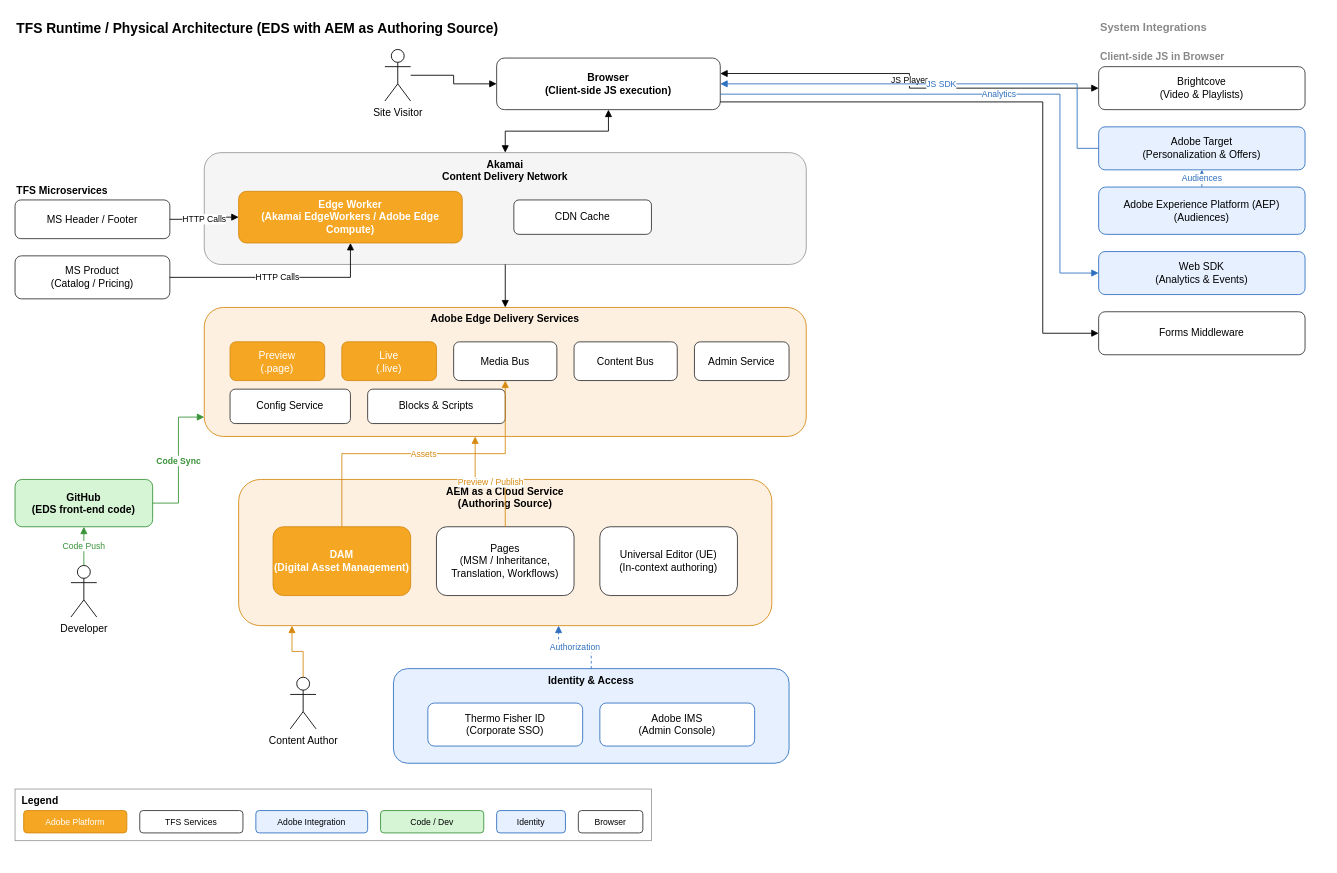
Earlier version of the draw.io diagram docs/TFS_xwalk_Runtime_Architecture.drawio (dbaijal/expagentpoc). Source tidied: cells renumbered, new cells numbered last; positions are measured from the earlier drawing's top-left corner, leaving out a move shared by most shapes. Both pictures are drawn from the tidied source at 86%, with x=0, y=0 at pixel (15, 15).
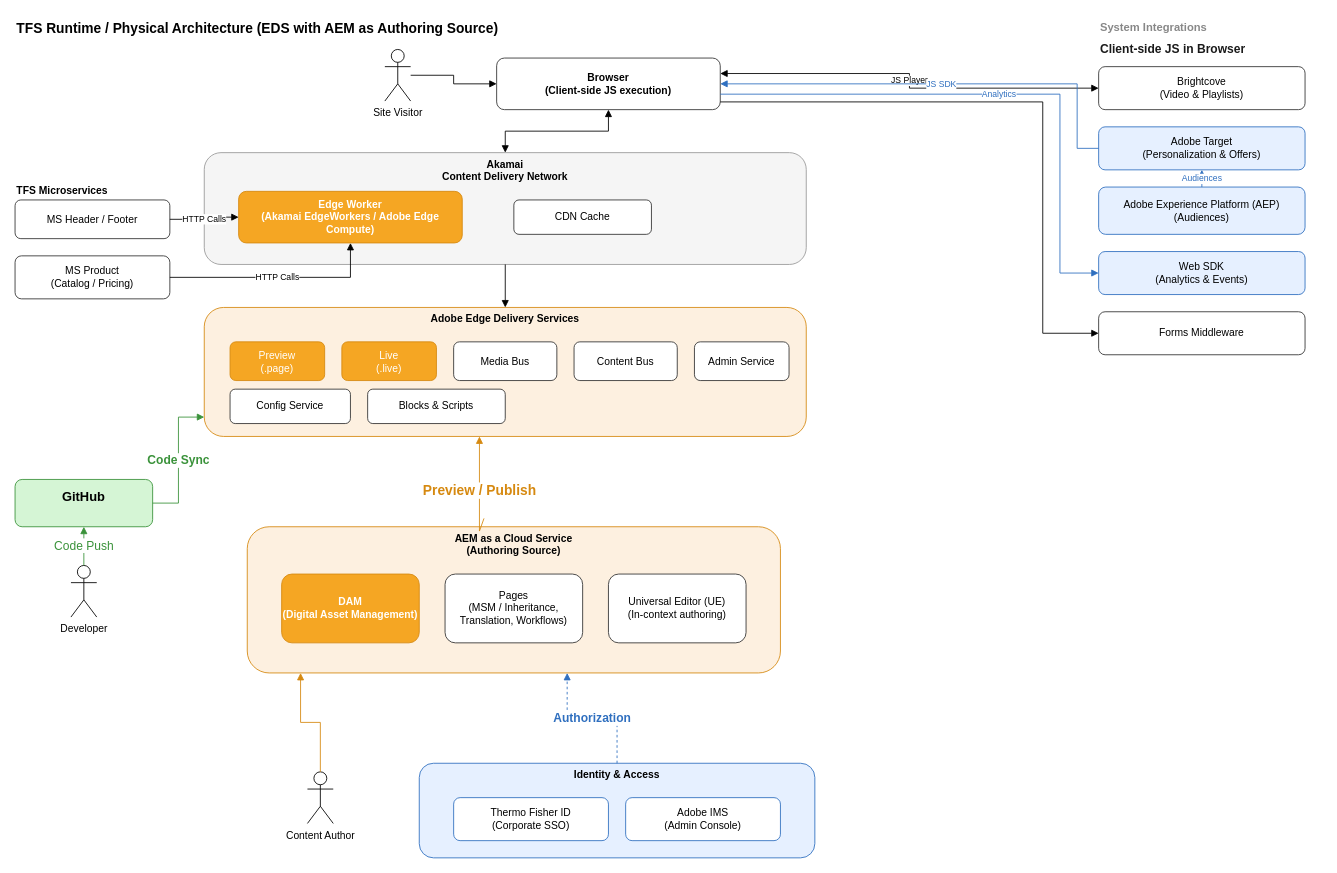
The same diagram, later.

Unchanged cells that the change refers to:
```xml
<mxCell id="18" value="Adobe Edge Delivery Services" style="rounded=1;whiteSpace=wrap;html=1;verticalAlign=top;fillColor=#fdf0e0;strokeColor=#d68910;fontStyle=1;" parent="1" vertex="1">
  <mxGeometry x="220" y="340" width="700" height="150" as="geometry" />
</mxCell>
<mxCell id="21" value="Media Bus" style="rounded=1;whiteSpace=wrap;html=1;fillColor=#ffffff;strokeColor=#333333;" parent="18" vertex="1">
  <mxGeometry x="290" y="40" width="120" height="45" as="geometry" />
</mxCell>
<mxCell id="27" value="DAM&#10;(Digital Asset Management)" style="rounded=1;whiteSpace=wrap;html=1;fillColor=#f5a623;strokeColor=#d68910;fontColor=#ffffff;fontStyle=1;" parent="26" vertex="1">
  <mxGeometry x="40" y="55" width="160" height="80" as="geometry" />
</mxCell>
<mxCell id="28" value="Pages&#10;(MSM / Inheritance,&#10;Translation, Workflows)" style="rounded=1;whiteSpace=wrap;html=1;fillColor=#ffffff;strokeColor=#333333;" parent="26" vertex="1">
  <mxGeometry x="230" y="55" width="160" height="80" as="geometry" />
</mxCell>
<mxCell id="31" value="Developer" style="shape=umlActor;verticalLabelPosition=bottom;verticalAlign=top;html=1;" parent="1" vertex="1">
  <mxGeometry x="65" y="640" width="30" height="60" as="geometry" />
</mxCell>
```

Diff of the diagram source:
```diff
@@
-    <mxCell id="6" value="Client-side JS in Browser" style="text;html=1;fontSize=12;fontStyle=1;align=left;fontColor=#888888;" parent="1" vertex="1">
-      <mxGeometry x="1260" y="35" width="260" height="20" as="geometry" />
+    <mxCell id="6" value="Client-side JS in Browser" style="text;html=1;fontSize=14;fontStyle=1;align=left;fontColor=#1A1A1A;" parent="1" vertex="1">
+      <mxGeometry x="1260" y="25" width="260" height="15" as="geometry" />
     </mxCell>
@@
     <mxCell id="26" value="AEM as a Cloud Service&#10;(Authoring Source)" style="rounded=1;whiteSpace=wrap;html=1;verticalAlign=top;fillColor=#fdf0e0;strokeColor=#d68910;fontStyle=1;" parent="1" vertex="1">
-      <mxGeometry x="260" y="540" width="620" height="170" as="geometry" />
+      <mxGeometry x="270" y="595" width="620" height="170" as="geometry" />
     </mxCell>
@@
-    <mxCell id="30" value="GitHub&#10;(EDS front-end code)" style="rounded=1;whiteSpace=wrap;html=1;fillColor=#d5f5d5;strokeColor=#3a923a;fontStyle=1;" parent="1" vertex="1">
+    <mxCell id="30" value="GitHub&lt;div&gt;&lt;br&gt;&lt;/div&gt;" style="rounded=1;whiteSpace=wrap;html=1;fillColor=#d5f5d5;strokeColor=#3a923a;fontStyle=1;fontSize=15;" parent="1" vertex="1">
       <mxGeometry y="540" width="160" height="55" as="geometry" />
     </mxCell>
@@
     <mxCell id="32" value="Content Author" style="shape=umlActor;verticalLabelPosition=bottom;verticalAlign=top;html=1;" parent="1" vertex="1">
-      <mxGeometry x="320" y="770" width="30" height="60" as="geometry" />
+      <mxGeometry x="340" y="880" width="30" height="60" as="geometry" />
     </mxCell>
     <mxCell id="33" value="Identity &amp; Access" style="rounded=1;whiteSpace=wrap;html=1;verticalAlign=top;fillColor=#e6f0ff;strokeColor=#2f6fbf;fontStyle=1;" parent="1" vertex="1">
-      <mxGeometry x="440" y="760" width="460" height="110" as="geometry" />
+      <mxGeometry x="470" y="870" width="460" height="110" as="geometry" />
     </mxCell>
@@
-    <mxCell id="41" value="Preview / Publish" style="edgeStyle=orthogonalEdgeStyle;rounded=0;html=1;endArrow=block;strokeColor=#d68910;fontColor=#d68910;fontSize=10;exitX=0.5;exitY=0;exitDx=0;exitDy=0;entryX=0.45;entryY=1;entryDx=0;entryDy=0;" parent="1" edge="1" source="28" target="18">
-      <mxGeometry relative="1" as="geometry" />
-    </mxCell>
-    <mxCell id="42" value="Assets" style="edgeStyle=orthogonalEdgeStyle;rounded=0;html=1;endArrow=block;strokeColor=#d68910;fontColor=#d68910;fontSize=10;exitX=0.5;exitY=0;exitDx=0;exitDy=0;entryX=0.5;entryY=1;entryDx=0;entryDy=0;" parent="1" edge="1" source="27" target="21">
-      <mxGeometry relative="1" as="geometry" />
-    </mxCell>
-    <mxCell id="43" value="Code Sync" style="edgeStyle=orthogonalEdgeStyle;rounded=0;html=1;endArrow=block;strokeColor=#3a923a;fontColor=#3a923a;fontStyle=1;fontSize=10;exitX=1;exitY=0.5;exitDx=0;exitDy=0;entryX=0;entryY=0.85;entryDx=0;entryDy=0;" parent="1" edge="1" source="30" target="18">
+    <mxCell id="43" value="Code Sync" style="edgeStyle=orthogonalEdgeStyle;rounded=0;html=1;endArrow=block;strokeColor=#3a923a;fontColor=#3a923a;fontStyle=1;fontSize=14;exitX=1;exitY=0.5;exitDx=0;exitDy=0;entryX=0;entryY=0.85;entryDx=0;entryDy=0;" parent="1" edge="1" source="30" target="18">
       <mxGeometry relative="1" as="geometry">
         <Array as="points">
           <mxPoint x="190" y="567" />
           <mxPoint x="190" y="467" />
         </Array>
       </mxGeometry>
     </mxCell>
-    <mxCell id="44" value="Code Push" style="edgeStyle=orthogonalEdgeStyle;rounded=0;html=1;endArrow=block;strokeColor=#3a923a;fontColor=#3a923a;fontSize=10;exitX=0.5;exitY=0;exitDx=0;exitDy=0;entryX=0.5;entryY=1;entryDx=0;entryDy=0;" parent="1" edge="1" source="31" target="30">
+    <mxCell id="44" value="Code Push" style="edgeStyle=orthogonalEdgeStyle;rounded=0;html=1;endArrow=block;strokeColor=#3a923a;fontColor=#3a923a;fontSize=14;exitX=0.5;exitY=0;exitDx=0;exitDy=0;entryX=0.5;entryY=1;entryDx=0;entryDy=0;" parent="1" edge="1" source="31" target="30">
       <mxGeometry relative="1" as="geometry" />
     </mxCell>
+    <mxCell id="41" value="&lt;font&gt;Preview / Publish&lt;/font&gt;" style="rounded=0;html=1;endArrow=block;strokeColor=#d68910;fontColor=#d68910;fontSize=16;entryX=0.45;entryY=1;entryDx=0;entryDy=0;verticalAlign=middle;exitX=0.444;exitY=-0.057;exitDx=0;exitDy=0;exitPerimeter=0;fontStyle=1;" parent="1" edge="1" source="26">
+      <mxGeometry relative="1" as="geometry">
+        <mxPoint x="540" y="490" as="targetPoint" />
+        <Array as="points">
+          <mxPoint x="540" y="600" />
+        </Array>
+      </mxGeometry>
+    </mxCell>
@@
-    <mxCell id="46" value="Authorization" style="edgeStyle=orthogonalEdgeStyle;rounded=0;html=1;endArrow=block;dashed=1;strokeColor=#2f6fbf;fontColor=#2f6fbf;fontSize=10;exitX=0.5;exitY=0;exitDx=0;exitDy=0;entryX=0.6;entryY=1;entryDx=0;entryDy=0;" parent="1" edge="1" source="33" target="26">
+    <mxCell id="46" value="Authorization" style="edgeStyle=orthogonalEdgeStyle;rounded=0;html=1;endArrow=block;dashed=1;strokeColor=#2f6fbf;fontColor=#2f6fbf;fontSize=14;exitX=0.5;exitY=0;exitDx=0;exitDy=0;entryX=0.6;entryY=1;entryDx=0;entryDy=0;fontStyle=1;" parent="1" edge="1" source="33" target="26">
       <mxGeometry relative="1" as="geometry" />
     </mxCell>
@@
-    <mxCell id="52" value="Legend" style="rounded=0;whiteSpace=wrap;html=1;verticalAlign=top;fillColor=#ffffff;strokeColor=#999999;fontStyle=1;align=left;spacingLeft=6;" parent="1" vertex="1">
-      <mxGeometry y="900" width="740" height="60" as="geometry" />
-    </mxCell>
-    <mxCell id="53" value="Adobe Platform" style="rounded=1;whiteSpace=wrap;html=1;fillColor=#f5a623;strokeColor=#d68910;fontColor=#ffffff;fontSize=10;" parent="52" vertex="1">
-      <mxGeometry x="10" y="25" width="120" height="26" as="geometry" />
-    </mxCell>
-    <mxCell id="54" value="TFS Services" style="rounded=1;whiteSpace=wrap;html=1;fillColor=#ffffff;strokeColor=#333333;fontSize=10;" parent="52" vertex="1">
-      <mxGeometry x="145" y="25" width="120" height="26" as="geometry" />
-    </mxCell>
-    <mxCell id="55" value="Adobe Integration" style="rounded=1;whiteSpace=wrap;html=1;fillColor=#e6f0ff;strokeColor=#2f6fbf;fontSize=10;" parent="52" vertex="1">
-      <mxGeometry x="280" y="25" width="130" height="26" as="geometry" />
-    </mxCell>
-    <mxCell id="56" value="Code / Dev" style="rounded=1;whiteSpace=wrap;html=1;fillColor=#d5f5d5;strokeColor=#3a923a;fontSize=10;" parent="52" vertex="1">
-      <mxGeometry x="425" y="25" width="120" height="26" as="geometry" />
-    </mxCell>
-    <mxCell id="57" value="Identity" style="rounded=1;whiteSpace=wrap;html=1;fillColor=#e6f0ff;strokeColor=#2f6fbf;fontSize=10;" parent="52" vertex="1">
-      <mxGeometry x="560" y="25" width="80" height="26" as="geometry" />
-    </mxCell>
-    <mxCell id="58" value="Browser" style="rounded=1;whiteSpace=wrap;html=1;fillColor=#ffffff;strokeColor=#333333;fontSize=10;" parent="52" vertex="1">
-      <mxGeometry x="655" y="25" width="75" height="26" as="geometry" />
-    </mxCell>
```
